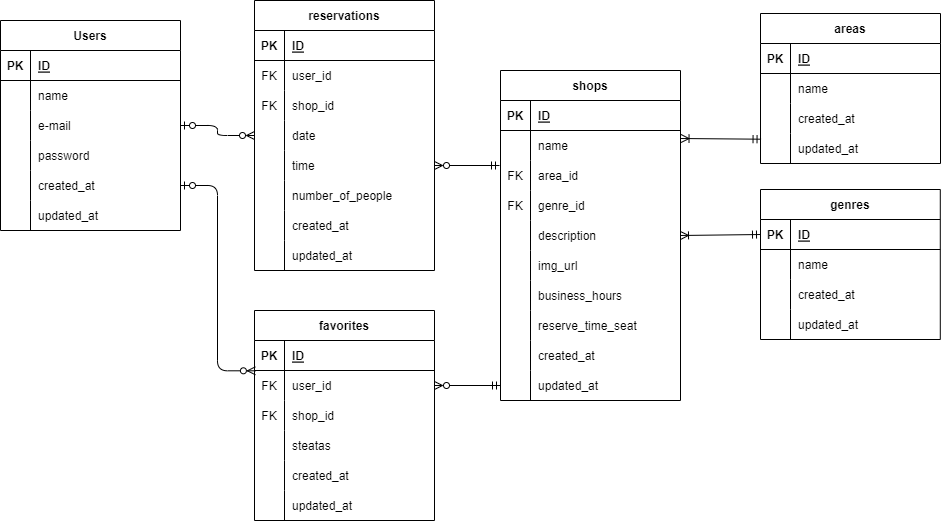
yuriF5/advance keeps this draw.io diagram as ER.drawio.png. Above is the earlier version. Source tidied: cells renumbered, new cells last; positions are measured from the earlier drawing's top-left corner, leaving out a move shared by most shapes.
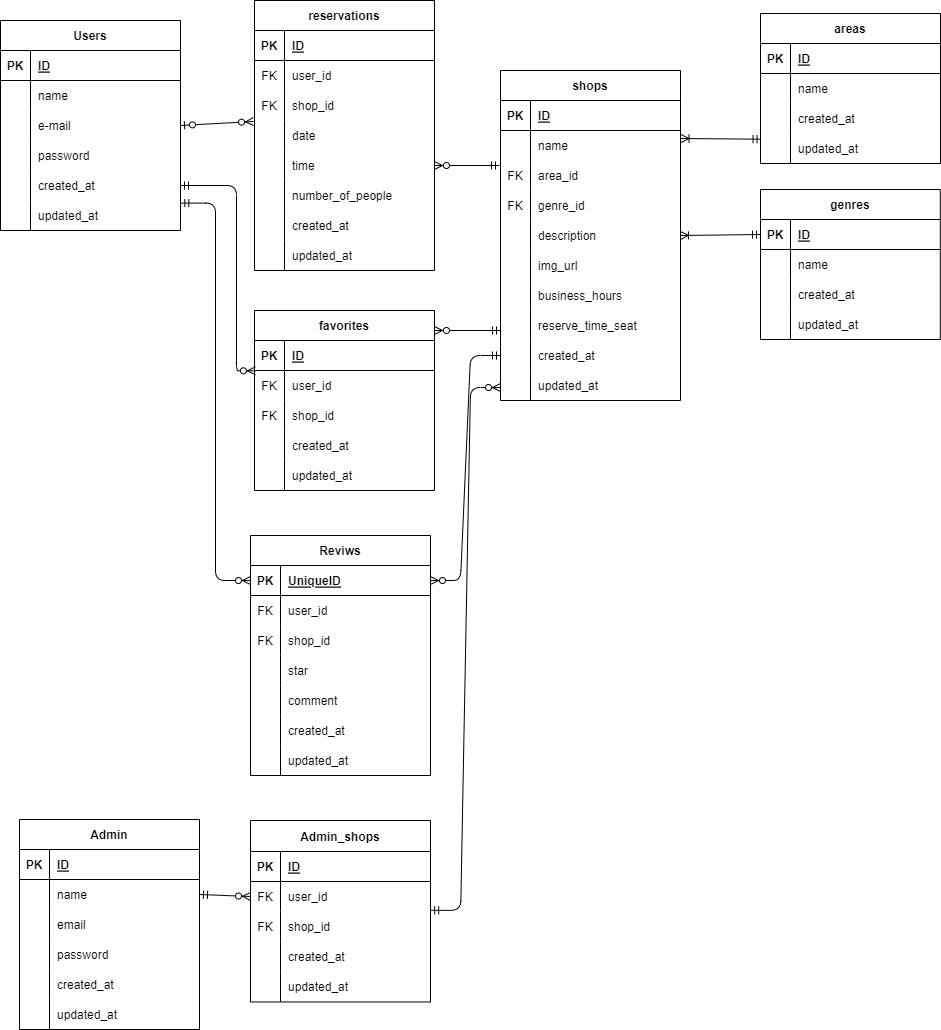
After the commit.

The edit, as a diff of the source:
```diff
@@ -135,7 +135,7 @@
       <mxGeometry x="30" width="150" height="30" as="geometry" />
     </mxCell>
     <mxCell id="46" value="favorites" style="shape=table;startSize=30;rowLines=0;fontStyle=1;align=center;" parent="1" vertex="1">
-      <mxGeometry x="254" y="310" width="180" height="210" as="geometry" />
+      <mxGeometry x="254" y="310" width="180" height="180" as="geometry" />
     </mxCell>
     <mxCell id="47" style="shape=tableRow;horizontal=0;startSize=0;swimlaneHead=0;swimlaneBody=0;fillColor=none;top=0;left=0;right=0;bottom=1;" parent="46" vertex="1">
       <mxGeometry y="30" width="180" height="30" as="geometry" />
@@ -164,17 +164,8 @@
     <mxCell id="55" value="shop_id" style="shape=partialRectangle;fillColor=none;top=0;left=0;bottom=0;right=0;align=left;spacingLeft=6;overflow=hidden;" parent="53" vertex="1">
       <mxGeometry x="30" width="150" height="30" as="geometry" />
     </mxCell>
-    <mxCell id="56" style="shape=tableRow;horizontal=0;startSize=0;swimlaneHead=0;swimlaneBody=0;fillColor=none;top=0;left=0;right=0;bottom=0;" parent="46" vertex="1">
-      <mxGeometry y="120" width="180" height="30" as="geometry" />
-    </mxCell>
-    <mxCell id="57" style="shape=partialRectangle;fillColor=none;top=0;left=0;bottom=0;right=0;overflow=hidden;" parent="56" vertex="1">
-      <mxGeometry width="30" height="30" as="geometry" />
-    </mxCell>
-    <mxCell id="58" value="steatas" style="shape=partialRectangle;fillColor=none;top=0;left=0;bottom=0;right=0;align=left;spacingLeft=6;overflow=hidden;" parent="56" vertex="1">
-      <mxGeometry x="30" width="150" height="30" as="geometry" />
-    </mxCell>
     <mxCell id="59" style="shape=tableRow;horizontal=0;startSize=0;swimlaneHead=0;swimlaneBody=0;fillColor=none;top=0;left=0;right=0;bottom=0;" parent="46" vertex="1">
-      <mxGeometry y="150" width="180" height="30" as="geometry" />
+      <mxGeometry y="120" width="180" height="30" as="geometry" />
     </mxCell>
     <mxCell id="60" style="shape=partialRectangle;fillColor=none;top=0;left=0;bottom=0;right=0;overflow=hidden;" parent="59" vertex="1">
       <mxGeometry width="30" height="30" as="geometry" />
@@ -183,7 +174,7 @@
       <mxGeometry x="30" width="150" height="30" as="geometry" />
     </mxCell>
     <mxCell id="62" style="shape=tableRow;horizontal=0;startSize=0;swimlaneHead=0;swimlaneBody=0;fillColor=none;top=0;left=0;right=0;bottom=0;" parent="46" vertex="1">
-      <mxGeometry y="180" width="180" height="30" as="geometry" />
+      <mxGeometry y="150" width="180" height="30" as="geometry" />
     </mxCell>
     <mxCell id="63" style="shape=partialRectangle;fillColor=none;top=0;left=0;bottom=0;right=0;overflow=hidden;" parent="62" vertex="1">
       <mxGeometry width="30" height="30" as="geometry" />
@@ -368,21 +359,215 @@
     <mxCell id="123" style="html=1;fontFamily=Helvetica;fontSize=12;fontColor=default;endArrow=ERmandOne;endFill=0;startArrow=ERoneToMany;startFill=0;entryX=0;entryY=0.5;entryDx=0;entryDy=0;exitX=1;exitY=0.5;exitDx=0;exitDy=0;" parent="1" edge="1" source="78" target="110">
       <mxGeometry relative="1" as="geometry" />
     </mxCell>
-    <mxCell id="124" style="edgeStyle=elbowEdgeStyle;html=1;exitX=1;exitY=0.5;exitDx=0;exitDy=0;entryX=0;entryY=0.5;entryDx=0;entryDy=0;fontFamily=Helvetica;fontSize=12;fontColor=default;startArrow=ERzeroToOne;startFill=0;endArrow=ERzeroToMany;endFill=0;" parent="1" edge="1" source="9" target="31">
-      <mxGeometry relative="1" as="geometry" />
+    <mxCell id="124" style="html=1;exitX=1;exitY=0.5;exitDx=0;exitDy=0;fontFamily=Helvetica;fontSize=12;fontColor=default;startArrow=ERzeroToOne;startFill=0;endArrow=ERzeroToMany;endFill=0;" parent="1" edge="1" source="9">
+      <mxGeometry relative="1" as="geometry">
+        <mxPoint x="253" y="121" as="targetPoint" />
+      </mxGeometry>
     </mxCell>
-    <mxCell id="125" style="edgeStyle=elbowEdgeStyle;html=1;exitX=1;exitY=0.5;exitDx=0;exitDy=0;entryX=0.005;entryY=0.01;entryDx=0;entryDy=0;entryPerimeter=0;fontFamily=Helvetica;fontSize=12;fontColor=default;startArrow=ERzeroToOne;startFill=0;endArrow=ERzeroToMany;endFill=0;" parent="1" edge="1" source="15" target="50">
-      <mxGeometry relative="1" as="geometry" />
+    <mxCell id="125" style="html=1;exitX=1;exitY=0.5;exitDx=0;exitDy=0;entryX=0.005;entryY=0.01;entryDx=0;entryDy=0;entryPerimeter=0;fontFamily=Helvetica;fontSize=12;fontColor=default;startArrow=ERmandOne;startFill=0;endArrow=ERzeroToMany;endFill=0;edgeStyle=elbowEdgeStyle;" parent="1" edge="1" source="15" target="50">
+      <mxGeometry relative="1" as="geometry">
+        <Array as="points">
+          <mxPoint x="236" y="203" />
+        </Array>
+      </mxGeometry>
     </mxCell>
     <mxCell id="126" style="html=1;exitX=1;exitY=0.5;exitDx=0;exitDy=0;fontFamily=Helvetica;fontSize=12;fontColor=default;startArrow=ERzeroToMany;startFill=0;endArrow=ERmandOne;endFill=0;" parent="1" edge="1" source="34">
       <mxGeometry relative="1" as="geometry">
         <mxPoint x="499" y="165" as="targetPoint" />
       </mxGeometry>
     </mxCell>
-    <mxCell id="127" style="html=1;fontFamily=Helvetica;fontSize=12;fontColor=default;startArrow=ERzeroToMany;startFill=0;endArrow=ERmandOne;endFill=0;entryX=0;entryY=0.5;entryDx=0;entryDy=0;" parent="1" edge="1" target="93">
+    <mxCell id="127" style="html=1;fontFamily=Helvetica;fontSize=12;fontColor=default;startArrow=ERzeroToMany;startFill=0;endArrow=ERmandOne;endFill=0;entryX=0;entryY=0.5;entryDx=0;entryDy=0;" parent="1" edge="1">
       <mxGeometry relative="1" as="geometry">
-        <mxPoint x="434" y="385" as="sourcePoint" />
+        <mxPoint x="434" y="330" as="sourcePoint" />
+        <mxPoint x="500" y="330" as="targetPoint" />
       </mxGeometry>
     </mxCell>
+    <mxCell id="128" value="Admin" style="shape=table;startSize=30;rowLines=0;fontStyle=1;align=center;" parent="1" vertex="1">
+      <mxGeometry x="19" y="819" width="180" height="210" as="geometry" />
+    </mxCell>
+    <mxCell id="129" style="shape=tableRow;horizontal=0;startSize=0;swimlaneHead=0;swimlaneBody=0;fillColor=none;top=0;left=0;right=0;bottom=1;" parent="128" vertex="1">
+      <mxGeometry y="30" width="180" height="30" as="geometry" />
+    </mxCell>
+    <mxCell id="130" value="PK" style="shape=partialRectangle;fillColor=none;top=0;left=0;bottom=0;right=0;fontStyle=1;overflow=hidden;" parent="129" vertex="1">
+      <mxGeometry width="30" height="30" as="geometry" />
+    </mxCell>
+    <mxCell id="131" value="ID" style="shape=partialRectangle;fillColor=none;top=0;left=0;bottom=0;right=0;align=left;spacingLeft=6;fontStyle=5;overflow=hidden;" parent="129" vertex="1">
+      <mxGeometry x="30" width="150" height="30" as="geometry" />
+    </mxCell>
+    <mxCell id="132" style="shape=tableRow;horizontal=0;startSize=0;swimlaneHead=0;swimlaneBody=0;fillColor=none;points=[[0,0.5],[1,0.5]];portConstraint=eastwest;top=0;left=0;right=0;bottom=0;" parent="128" vertex="1">
+      <mxGeometry y="60" width="180" height="30" as="geometry" />
+    </mxCell>
+    <mxCell id="133" style="shape=partialRectangle;fillColor=none;top=0;left=0;bottom=0;right=0;overflow=hidden;" parent="132" vertex="1">
+      <mxGeometry width="30" height="30" as="geometry" />
+    </mxCell>
+    <mxCell id="134" value="name" style="shape=partialRectangle;fillColor=none;top=0;left=0;bottom=0;right=0;align=left;spacingLeft=6;overflow=hidden;" parent="132" vertex="1">
+      <mxGeometry x="30" width="150" height="30" as="geometry" />
+    </mxCell>
+    <mxCell id="135" style="shape=tableRow;horizontal=0;startSize=0;swimlaneHead=0;swimlaneBody=0;fillColor=none;top=0;left=0;right=0;bottom=0;" parent="128" vertex="1">
+      <mxGeometry y="90" width="180" height="30" as="geometry" />
+    </mxCell>
+    <mxCell id="136" style="shape=partialRectangle;fillColor=none;top=0;left=0;bottom=0;right=0;overflow=hidden;" parent="135" vertex="1">
+      <mxGeometry width="30" height="30" as="geometry" />
+    </mxCell>
+    <mxCell id="137" value="email" style="shape=partialRectangle;fillColor=none;top=0;left=0;bottom=0;right=0;align=left;spacingLeft=6;overflow=hidden;" parent="135" vertex="1">
+      <mxGeometry x="30" width="150" height="30" as="geometry" />
+    </mxCell>
+    <mxCell id="138" style="shape=tableRow;horizontal=0;startSize=0;swimlaneHead=0;swimlaneBody=0;fillColor=none;top=0;left=0;right=0;bottom=0;" parent="128" vertex="1">
+      <mxGeometry y="120" width="180" height="30" as="geometry" />
+    </mxCell>
+    <mxCell id="139" style="shape=partialRectangle;fillColor=none;top=0;left=0;bottom=0;right=0;overflow=hidden;" parent="138" vertex="1">
+      <mxGeometry width="30" height="30" as="geometry" />
+    </mxCell>
+    <mxCell id="140" value="password" style="shape=partialRectangle;fillColor=none;top=0;left=0;bottom=0;right=0;align=left;spacingLeft=6;overflow=hidden;" parent="138" vertex="1">
+      <mxGeometry x="30" width="150" height="30" as="geometry" />
+    </mxCell>
+    <mxCell id="141" style="shape=tableRow;horizontal=0;startSize=0;swimlaneHead=0;swimlaneBody=0;fillColor=none;top=0;left=0;right=0;bottom=0;" parent="128" vertex="1">
+      <mxGeometry y="150" width="180" height="30" as="geometry" />
+    </mxCell>
+    <mxCell id="142" style="shape=partialRectangle;fillColor=none;top=0;left=0;bottom=0;right=0;overflow=hidden;" parent="141" vertex="1">
+      <mxGeometry width="30" height="30" as="geometry" />
+    </mxCell>
+    <mxCell id="143" value="created_at" style="shape=partialRectangle;fillColor=none;top=0;left=0;bottom=0;right=0;align=left;spacingLeft=6;overflow=hidden;" parent="141" vertex="1">
+      <mxGeometry x="30" width="150" height="30" as="geometry" />
+    </mxCell>
+    <mxCell id="144" style="shape=tableRow;horizontal=0;startSize=0;swimlaneHead=0;swimlaneBody=0;fillColor=none;top=0;left=0;right=0;bottom=0;" parent="128" vertex="1">
+      <mxGeometry y="180" width="180" height="30" as="geometry" />
+    </mxCell>
+    <mxCell id="145" style="shape=partialRectangle;fillColor=none;top=0;left=0;bottom=0;right=0;overflow=hidden;" parent="144" vertex="1">
+      <mxGeometry width="30" height="30" as="geometry" />
+    </mxCell>
+    <mxCell id="146" value="updated_at" style="shape=partialRectangle;fillColor=none;top=0;left=0;bottom=0;right=0;align=left;spacingLeft=6;overflow=hidden;" parent="144" vertex="1">
+      <mxGeometry x="30" width="150" height="30" as="geometry" />
+    </mxCell>
+    <mxCell id="147" value="Admin_shops" style="shape=table;startSize=31;rowLines=0;fontStyle=1;align=center;" parent="1" vertex="1">
+      <mxGeometry x="250" y="820" width="180" height="181.5" as="geometry" />
+    </mxCell>
+    <mxCell id="148" style="shape=tableRow;horizontal=0;startSize=0;swimlaneHead=0;swimlaneBody=0;fillColor=none;top=0;left=0;right=0;bottom=1;" parent="147" vertex="1">
+      <mxGeometry y="31" width="180" height="30" as="geometry" />
+    </mxCell>
+    <mxCell id="149" value="PK" style="shape=partialRectangle;fillColor=none;top=0;left=0;bottom=0;right=0;fontStyle=1;overflow=hidden;" parent="148" vertex="1">
+      <mxGeometry width="30" height="30" as="geometry" />
+    </mxCell>
+    <mxCell id="150" value="ID" style="shape=partialRectangle;fillColor=none;top=0;left=0;bottom=0;right=0;align=left;spacingLeft=6;fontStyle=5;overflow=hidden;" parent="148" vertex="1">
+      <mxGeometry x="30" width="150" height="30" as="geometry" />
+    </mxCell>
+    <mxCell id="151" style="shape=tableRow;horizontal=0;startSize=0;swimlaneHead=0;swimlaneBody=0;fillColor=none;points=[[0,0.5],[1,0.5]];portConstraint=eastwest;top=0;left=0;right=0;bottom=0;" parent="147" vertex="1">
+      <mxGeometry y="61" width="180" height="30" as="geometry" />
+    </mxCell>
+    <mxCell id="152" value="FK" style="shape=partialRectangle;fillColor=none;top=0;left=0;bottom=0;right=0;overflow=hidden;" parent="151" vertex="1">
+      <mxGeometry width="30" height="30" as="geometry" />
+    </mxCell>
+    <mxCell id="153" value="user_id" style="shape=partialRectangle;fillColor=none;top=0;left=0;bottom=0;right=0;align=left;spacingLeft=6;overflow=hidden;" parent="151" vertex="1">
+      <mxGeometry x="30" width="150" height="30" as="geometry" />
+    </mxCell>
+    <mxCell id="154" style="shape=tableRow;horizontal=0;startSize=0;swimlaneHead=0;swimlaneBody=0;fillColor=none;top=0;left=0;right=0;bottom=0;" parent="147" vertex="1">
+      <mxGeometry y="91" width="180" height="30" as="geometry" />
+    </mxCell>
+    <mxCell id="155" value="FK" style="shape=partialRectangle;fillColor=none;top=0;left=0;bottom=0;right=0;overflow=hidden;" parent="154" vertex="1">
+      <mxGeometry width="30" height="30" as="geometry" />
+    </mxCell>
+    <mxCell id="156" value="shop_id" style="shape=partialRectangle;fillColor=none;top=0;left=0;bottom=0;right=0;align=left;spacingLeft=6;overflow=hidden;" parent="154" vertex="1">
+      <mxGeometry x="30" width="150" height="30" as="geometry" />
+    </mxCell>
+    <mxCell id="157" style="shape=tableRow;horizontal=0;startSize=0;swimlaneHead=0;swimlaneBody=0;fillColor=none;top=0;left=0;right=0;bottom=0;" parent="147" vertex="1">
+      <mxGeometry y="121" width="180" height="30" as="geometry" />
+    </mxCell>
+    <mxCell id="158" style="shape=partialRectangle;fillColor=none;top=0;left=0;bottom=0;right=0;overflow=hidden;" parent="157" vertex="1">
+      <mxGeometry width="30" height="30" as="geometry" />
+    </mxCell>
+    <mxCell id="159" value="created_at" style="shape=partialRectangle;fillColor=none;top=0;left=0;bottom=0;right=0;align=left;spacingLeft=6;overflow=hidden;" parent="157" vertex="1">
+      <mxGeometry x="30" width="150" height="30" as="geometry" />
+    </mxCell>
+    <mxCell id="160" style="shape=tableRow;horizontal=0;startSize=0;swimlaneHead=0;swimlaneBody=0;fillColor=none;top=0;left=0;right=0;bottom=0;" parent="147" vertex="1">
+      <mxGeometry y="151" width="180" height="30" as="geometry" />
+    </mxCell>
+    <mxCell id="161" style="shape=partialRectangle;fillColor=none;top=0;left=0;bottom=0;right=0;overflow=hidden;" parent="160" vertex="1">
+      <mxGeometry width="30" height="30" as="geometry" />
+    </mxCell>
+    <mxCell id="162" value="updated_at" style="shape=partialRectangle;fillColor=none;top=0;left=0;bottom=0;right=0;align=left;spacingLeft=6;overflow=hidden;" parent="160" vertex="1">
+      <mxGeometry x="30" width="150" height="30" as="geometry" />
+    </mxCell>
+    <mxCell id="163" value="Reviws" style="shape=table;startSize=30;rowLines=0;fontStyle=1;align=center;" parent="1" vertex="1">
+      <mxGeometry x="250" y="535" width="180" height="240" as="geometry" />
+    </mxCell>
+    <mxCell id="164" style="shape=tableRow;horizontal=0;startSize=0;swimlaneHead=0;swimlaneBody=0;fillColor=none;points=[[0,0.5],[1,0.5]];portConstraint=eastwest;top=0;left=0;right=0;bottom=1;" parent="163" vertex="1">
+      <mxGeometry y="30" width="180" height="30" as="geometry" />
+    </mxCell>
+    <mxCell id="165" value="PK" style="shape=partialRectangle;fillColor=none;top=0;left=0;bottom=0;right=0;fontStyle=1;overflow=hidden;" parent="164" vertex="1">
+      <mxGeometry width="30" height="30" as="geometry" />
+    </mxCell>
+    <mxCell id="166" value="UniqueID" style="shape=partialRectangle;fillColor=none;top=0;left=0;bottom=0;right=0;align=left;spacingLeft=6;fontStyle=5;overflow=hidden;" parent="164" vertex="1">
+      <mxGeometry x="30" width="150" height="30" as="geometry" />
+    </mxCell>
+    <mxCell id="167" style="shape=tableRow;horizontal=0;startSize=0;swimlaneHead=0;swimlaneBody=0;fillColor=none;top=0;left=0;right=0;bottom=0;" parent="163" vertex="1">
+      <mxGeometry y="60" width="180" height="30" as="geometry" />
+    </mxCell>
+    <mxCell id="168" value="FK" style="shape=partialRectangle;fillColor=none;top=0;left=0;bottom=0;right=0;overflow=hidden;" parent="167" vertex="1">
+      <mxGeometry width="30" height="30" as="geometry" />
+    </mxCell>
+    <mxCell id="169" value="user_id" style="shape=partialRectangle;fillColor=none;top=0;left=0;bottom=0;right=0;align=left;spacingLeft=6;overflow=hidden;" parent="167" vertex="1">
+      <mxGeometry x="30" width="150" height="30" as="geometry" />
+    </mxCell>
+    <mxCell id="170" style="shape=tableRow;horizontal=0;startSize=0;swimlaneHead=0;swimlaneBody=0;fillColor=none;top=0;left=0;right=0;bottom=0;" parent="163" vertex="1">
+      <mxGeometry y="90" width="180" height="30" as="geometry" />
+    </mxCell>
+    <mxCell id="171" value="FK" style="shape=partialRectangle;fillColor=none;top=0;left=0;bottom=0;right=0;overflow=hidden;" parent="170" vertex="1">
+      <mxGeometry width="30" height="30" as="geometry" />
+    </mxCell>
+    <mxCell id="172" value="shop_id" style="shape=partialRectangle;fillColor=none;top=0;left=0;bottom=0;right=0;align=left;spacingLeft=6;overflow=hidden;" parent="170" vertex="1">
+      <mxGeometry x="30" width="150" height="30" as="geometry" />
+    </mxCell>
+    <mxCell id="173" style="shape=tableRow;horizontal=0;startSize=0;swimlaneHead=0;swimlaneBody=0;fillColor=none;top=0;left=0;right=0;bottom=0;" parent="163" vertex="1">
+      <mxGeometry y="120" width="180" height="30" as="geometry" />
+    </mxCell>
+    <mxCell id="174" style="shape=partialRectangle;fillColor=none;top=0;left=0;bottom=0;right=0;overflow=hidden;" parent="173" vertex="1">
+      <mxGeometry width="30" height="30" as="geometry" />
+    </mxCell>
+    <mxCell id="175" value="star" style="shape=partialRectangle;fillColor=none;top=0;left=0;bottom=0;right=0;align=left;spacingLeft=6;overflow=hidden;" parent="173" vertex="1">
+      <mxGeometry x="30" width="150" height="30" as="geometry" />
+    </mxCell>
+    <mxCell id="176" style="shape=tableRow;horizontal=0;startSize=0;swimlaneHead=0;swimlaneBody=0;fillColor=none;top=0;left=0;right=0;bottom=0;" parent="163" vertex="1">
+      <mxGeometry y="150" width="180" height="30" as="geometry" />
+    </mxCell>
+    <mxCell id="177" style="shape=partialRectangle;fillColor=none;top=0;left=0;bottom=0;right=0;overflow=hidden;" parent="176" vertex="1">
+      <mxGeometry width="30" height="30" as="geometry" />
+    </mxCell>
+    <mxCell id="178" value="comment" style="shape=partialRectangle;fillColor=none;top=0;left=0;bottom=0;right=0;align=left;spacingLeft=6;overflow=hidden;" parent="176" vertex="1">
+      <mxGeometry x="30" width="150" height="30" as="geometry" />
+    </mxCell>
+    <mxCell id="179" style="shape=tableRow;horizontal=0;startSize=0;swimlaneHead=0;swimlaneBody=0;fillColor=none;top=0;left=0;right=0;bottom=0;" parent="163" vertex="1">
+      <mxGeometry y="180" width="180" height="30" as="geometry" />
+    </mxCell>
+    <mxCell id="180" style="shape=partialRectangle;fillColor=none;top=0;left=0;bottom=0;right=0;overflow=hidden;" parent="179" vertex="1">
+      <mxGeometry width="30" height="30" as="geometry" />
+    </mxCell>
+    <mxCell id="181" value="created_at" style="shape=partialRectangle;fillColor=none;top=0;left=0;bottom=0;right=0;align=left;spacingLeft=6;overflow=hidden;" parent="179" vertex="1">
+      <mxGeometry x="30" width="150" height="30" as="geometry" />
+    </mxCell>
+    <mxCell id="182" style="shape=tableRow;horizontal=0;startSize=0;swimlaneHead=0;swimlaneBody=0;fillColor=none;top=0;left=0;right=0;bottom=0;" parent="163" vertex="1">
+      <mxGeometry y="210" width="180" height="30" as="geometry" />
+    </mxCell>
+    <mxCell id="183" style="shape=partialRectangle;fillColor=none;top=0;left=0;bottom=0;right=0;overflow=hidden;" parent="182" vertex="1">
+      <mxGeometry width="30" height="30" as="geometry" />
+    </mxCell>
+    <mxCell id="184" value="updated_at" style="shape=partialRectangle;fillColor=none;top=0;left=0;bottom=0;right=0;align=left;spacingLeft=6;overflow=hidden;" parent="182" vertex="1">
+      <mxGeometry x="30" width="150" height="30" as="geometry" />
+    </mxCell>
+    <mxCell id="185" style="fontSize=12;html=1;endArrow=ERzeroToMany;exitX=1.024;exitY=0.086;exitDx=0;exitDy=0;exitPerimeter=0;startArrow=ERmandOne;startFill=0;edgeStyle=elbowEdgeStyle;endFill=0;entryX=0;entryY=0.5;entryDx=0;entryDy=0;" parent="1" edge="1" target="164">
+      <mxGeometry relative="1" as="geometry">
+        <mxPoint x="180.3" y="202.6" as="sourcePoint" />
+      </mxGeometry>
+    </mxCell>
+    <mxCell id="186" style="edgeStyle=entityRelationEdgeStyle;fontSize=12;html=1;endArrow=ERmandOne;endFill=0;startArrow=ERzeroToMany;startFill=0;exitX=1;exitY=0.5;exitDx=0;exitDy=0;entryX=0;entryY=0.5;entryDx=0;entryDy=0;" parent="1" edge="1" source="164" target="90">
+      <mxGeometry relative="1" as="geometry" />
+    </mxCell>
+    <mxCell id="187" style="edgeStyle=entityRelationEdgeStyle;fontSize=12;html=1;endArrow=ERzeroToMany;endFill=1;startArrow=ERmandOne;startFill=0;exitX=1.001;exitY=0.962;exitDx=0;exitDy=0;exitPerimeter=0;" parent="1" edge="1" source="151">
+      <mxGeometry relative="1" as="geometry">
+        <mxPoint x="500" y="387" as="targetPoint" />
+      </mxGeometry>
+    </mxCell>
+    <mxCell id="188" style="fontSize=12;html=1;endArrow=ERzeroToMany;endFill=1;startArrow=ERmandOne;startFill=0;entryX=0;entryY=0.5;entryDx=0;entryDy=0;exitX=1;exitY=0.5;exitDx=0;exitDy=0;" parent="1" edge="1" source="132" target="151">
+      <mxGeometry relative="1" as="geometry" />
+    </mxCell>
   </root>
 </mxGraphModel>
```
